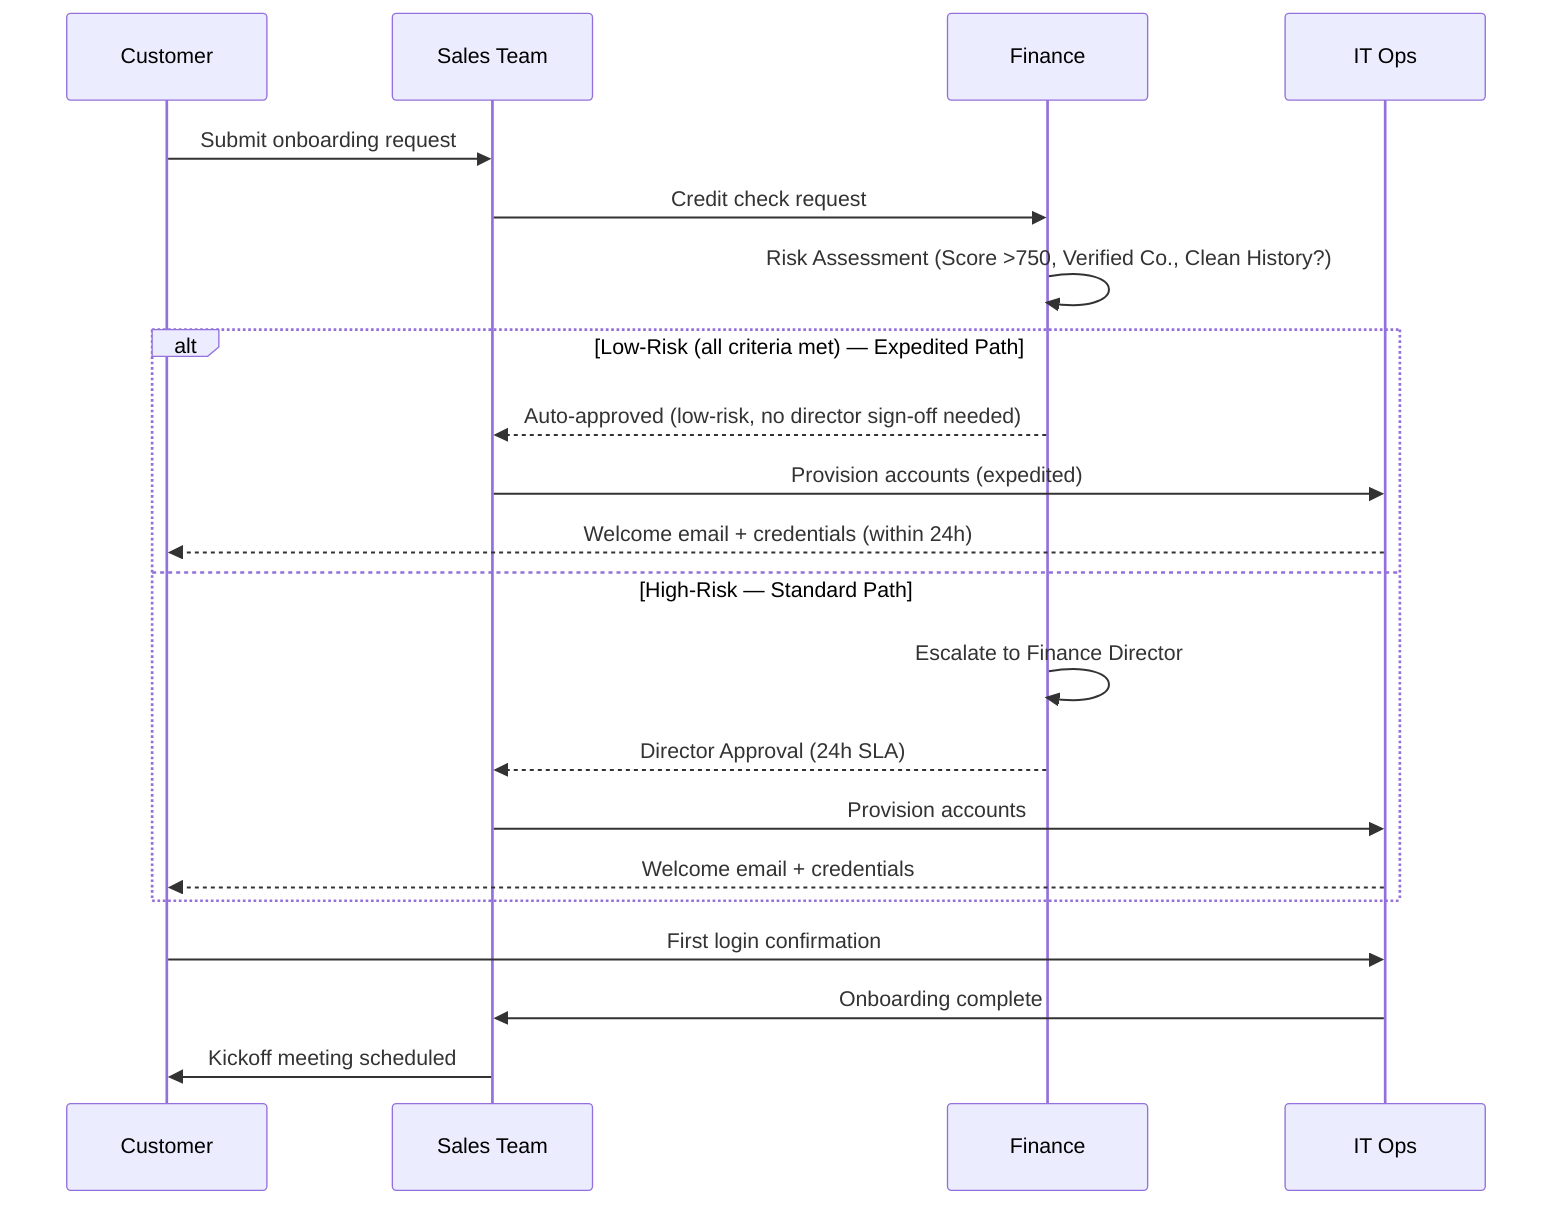
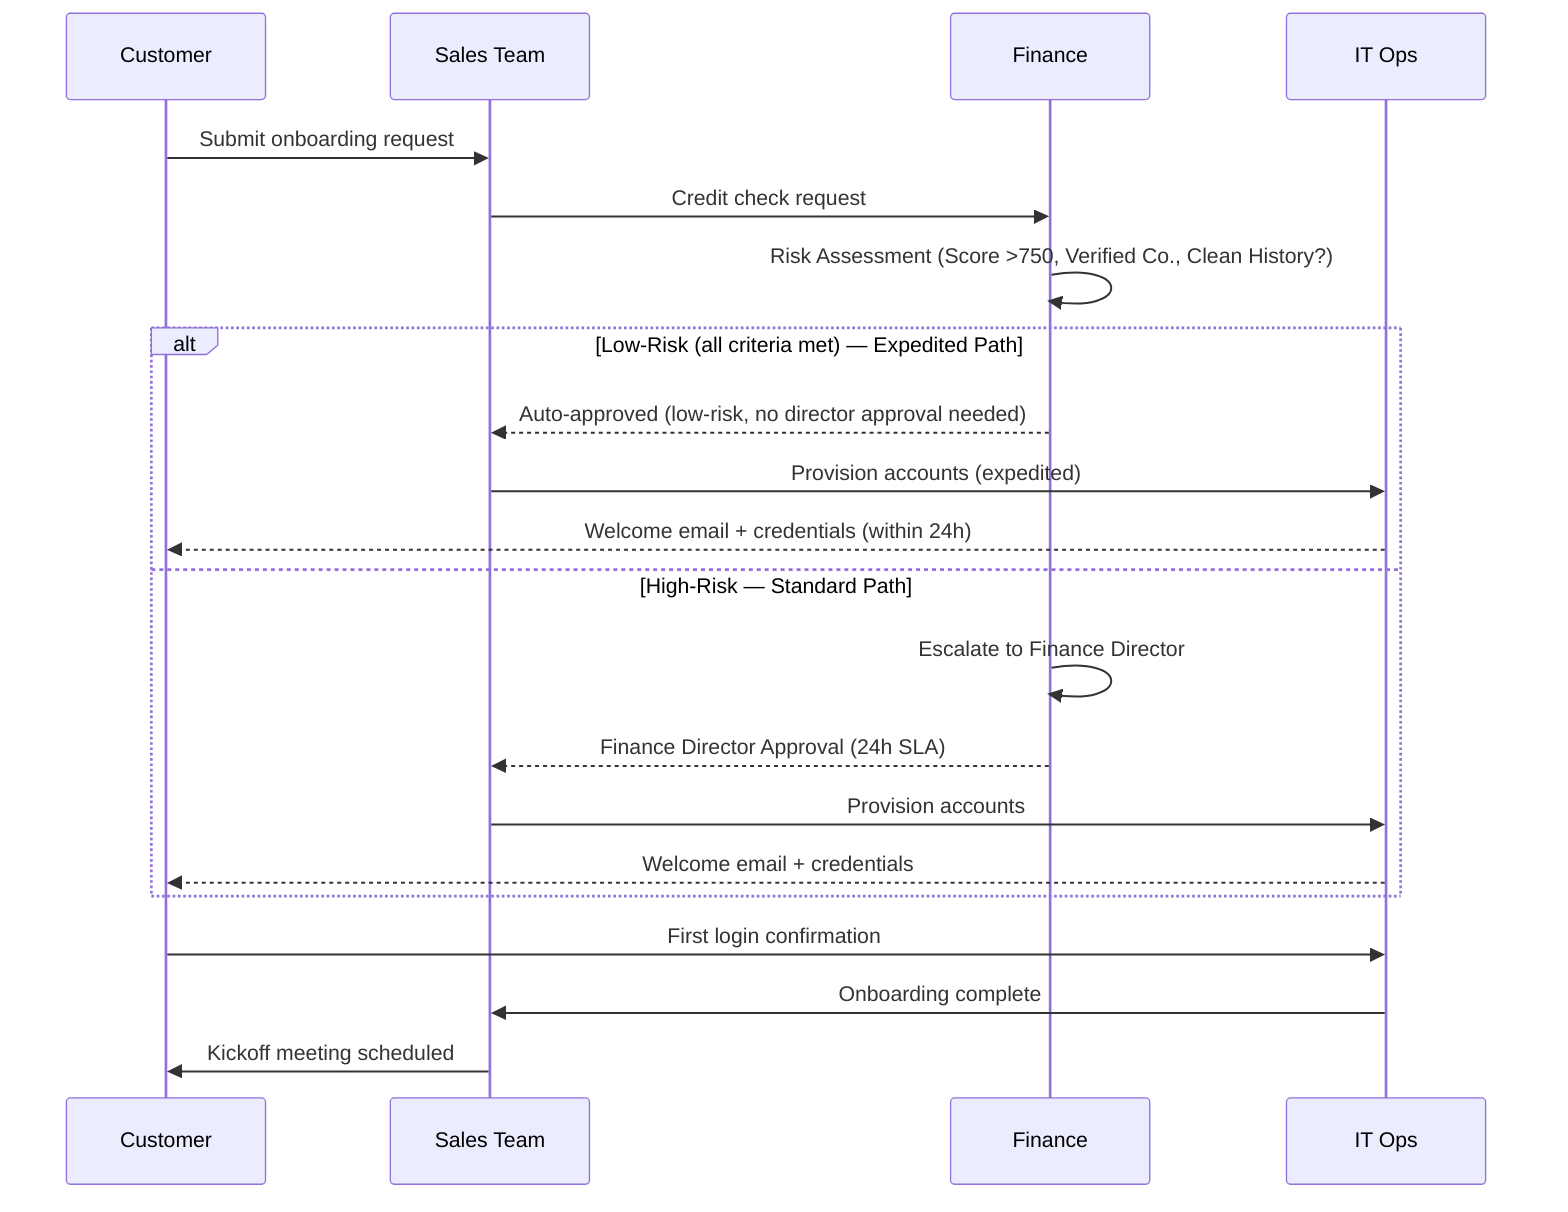
sequenceDiagram
    participant C as Customer
    participant S as Sales Team
    participant F as Finance
    participant IT as IT Ops

    C->>S: Submit onboarding request
    S->>F: Credit check request

    %% ⚡ CHANGED SECTION - Risk assessment and expedited path
    F->>F: Risk Assessment (Score >750, Verified Co., Clean History?)

    alt Low-Risk (all criteria met) — Expedited Path
-         F-->>S: Auto-approved (low-risk, no director sign-off needed)
+         F-->>S: Auto-approved (low-risk, no director approval needed)
        S->>IT: Provision accounts (expedited)
        IT-->>C: Welcome email + credentials (within 24h)
    else High-Risk — Standard Path
        F->>F: Escalate to Finance Director
-         F-->>S: Director Approval (24h SLA)
+         F-->>S: Finance Director Approval (24h SLA)
        S->>IT: Provision accounts
        IT-->>C: Welcome email + credentials
    end
    %% ⚡ END CHANGED SECTION

    C->>IT: First login confirmation
    IT->>S: Onboarding complete
    S->>C: Kickoff meeting scheduled

%% EXPLANATION:
- %% Added a risk assessment step within Finance after the credit check request. Introduced an alt/else block: low-risk customers (score >750, verified company, clean payment history) receive automatic approval and proceed directly to expedited account provisioning, while high-risk customers are escalated to the Finance Director for the existing approval workflow with the 24h SLA. The post-provisioning steps (first login, onboarding complete, kickoff meeting) remain shared across both paths.+ %% Added a risk assessment step within Finance after the credit check request. Introduced an alt/else block: low-risk customers (score >750, verified company, clean payment history) receive automatic approval and proceed directly to expedited account provisioning, while high-risk customers are escalated to the Finance Director for manual approval before provisioning, preserving the original control flow. All existing post-provisioning steps (first login, onboarding complete, kickoff) remain shared across both paths.